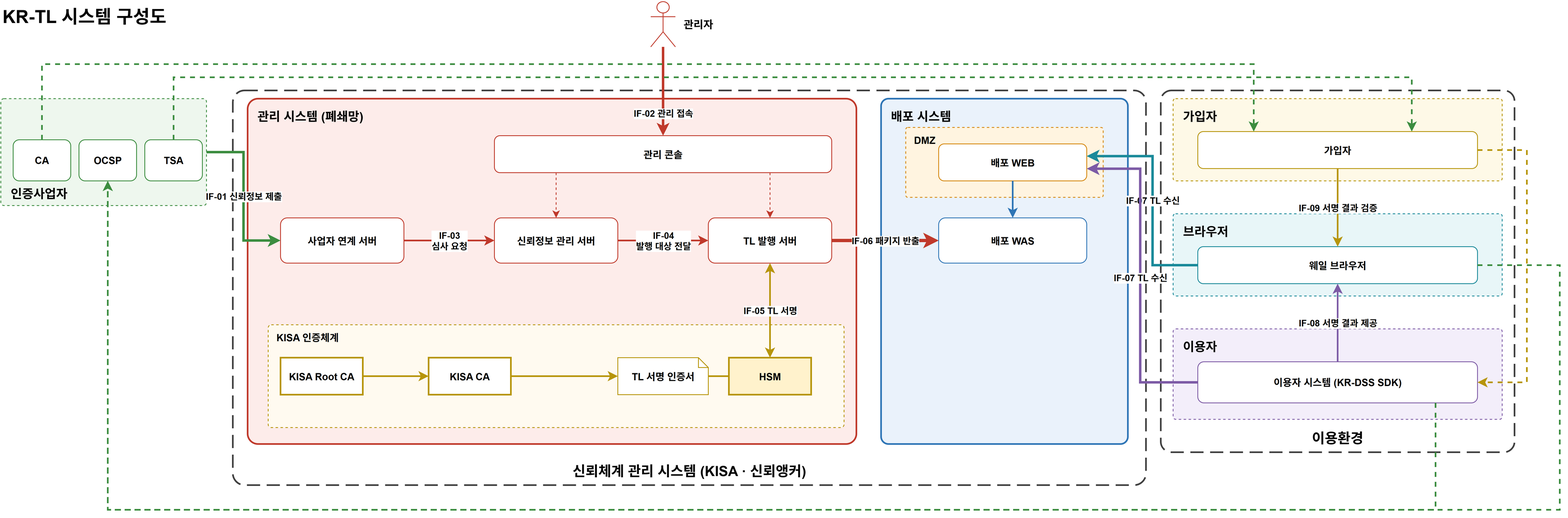
The draw.io diagram docs/design/KR-TL-관리시스템/diagrams/krtl-system.drawio.png in yongsungkim-electcerti/kr-dss, before a commit. Source tidied: cells renumbered, new cells last; positions are measured from the earlier drawing's top-left corner, leaving out a move shared by most shapes.
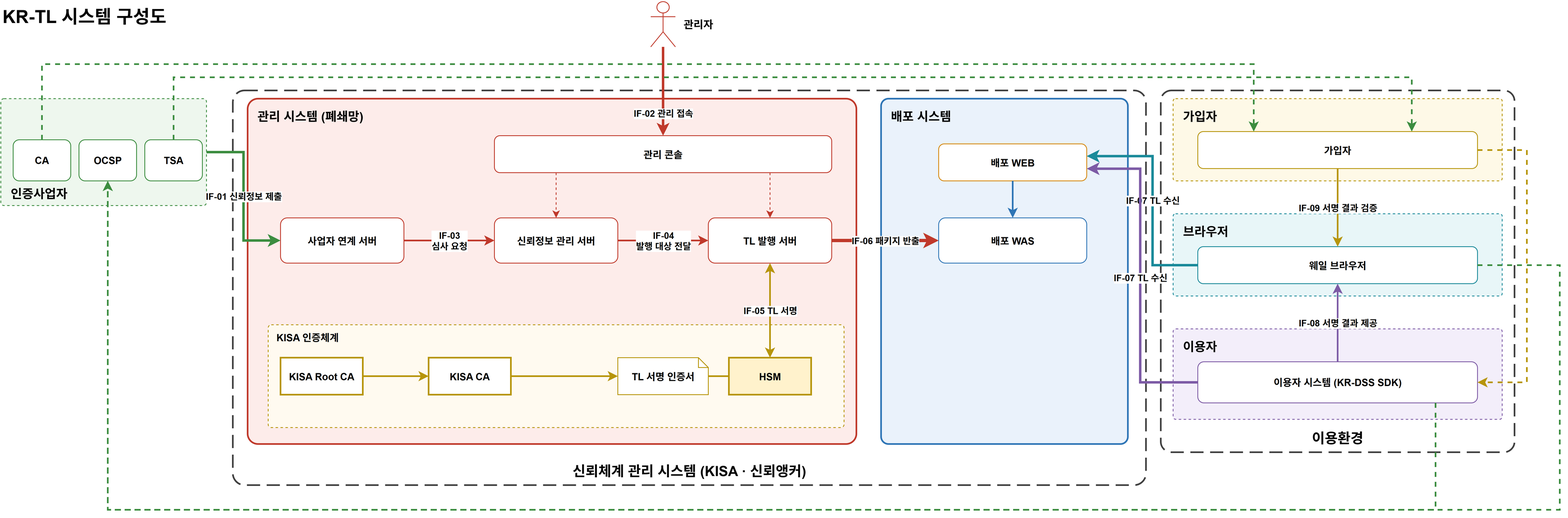
Later version of the same file.

What changed in the source:
```diff
@@ -23,9 +23,6 @@
     <mxCell id="8" value="배포 시스템" style="rounded=1;arcSize=3;fillColor=#eaf2fb;strokeColor=#2e75b6;strokeWidth=2;fontStyle=1;verticalAlign=top;align=left;spacingLeft=10;spacingTop=6;fontSize=15;" parent="1" vertex="1">
       <mxGeometry x="1070" y="120" width="300" height="420" as="geometry" />
     </mxCell>
-    <mxCell id="9" value="DMZ" style="rounded=1;arcSize=3;dashed=1;fillColor=#fff4e0;strokeColor=#d68910;strokeWidth=1;fontStyle=1;verticalAlign=top;align=left;spacingLeft=8;spacingTop=2;fontSize=12;" parent="1" vertex="1">
-      <mxGeometry x="1100" y="155" width="240" height="85" as="geometry" />
-    </mxCell>
     <mxCell id="10" value="가입자" style="rounded=1;arcSize=3;dashed=1;fillColor=#fef9e7;strokeColor=#b7950b;strokeWidth=1;fontStyle=1;verticalAlign=top;align=left;spacingLeft=10;spacingTop=6;fontSize=15;" parent="1" vertex="1">
       <mxGeometry x="1425" y="120" width="400" height="100" as="geometry" />
     </mxCell>
```
